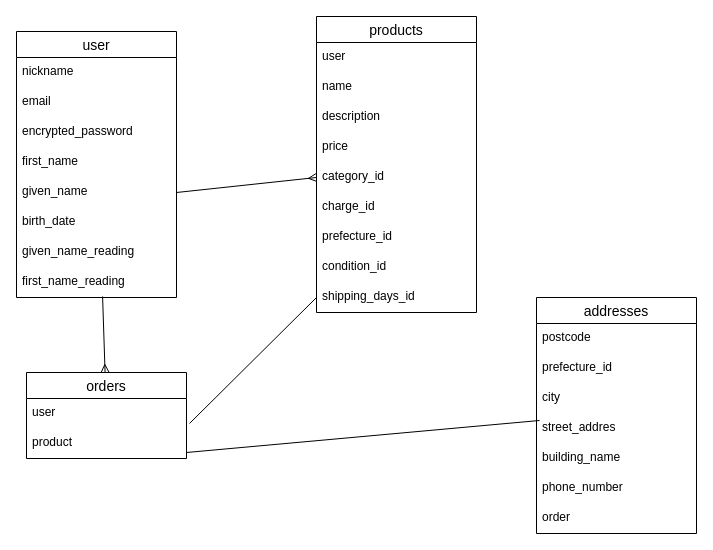
Renhello112/furima-40536 keeps this draw.io diagram as test.dio. Above is the earlier version. Source tidied: cells renumbered, new cells numbered last; positions are measured from the earlier drawing's top-left corner, leaving out a move shared by most shapes. Both pictures are drawn from the tidied source at 100%, with x=0, y=0 at pixel (16, 16).
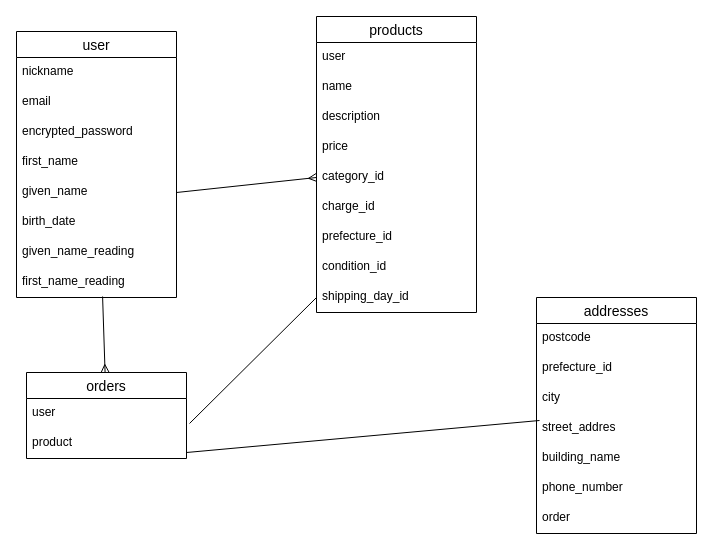
After the change.

Unchanged cells that the change refers to:
```xml
<mxCell id="11" value="products" style="swimlane;fontStyle=0;horizontal=1;startSize=26;align=center;fontSize=14;" parent="1" vertex="1">
  <mxGeometry x="300" width="160" height="296" as="geometry" />
</mxCell>
```

Change to the diagram source:
```diff
@@
-    <mxCell id="20" value="shipping_days_id" style="text;strokeColor=none;fillColor=none;spacingLeft=4;spacingRight=4;overflow=hidden;points=[[0,0.5],[1,0.5]];portConstraint=eastwest;fontSize=12;" parent="11" vertex="1">
+    <mxCell id="20" value="shipping_day_id" style="text;strokeColor=none;fillColor=none;spacingLeft=4;spacingRight=4;overflow=hidden;points=[[0,0.5],[1,0.5]];portConstraint=eastwest;fontSize=12;" parent="11" vertex="1">
       <mxGeometry y="266" width="160" height="30" as="geometry" />
     </mxCell>
```
